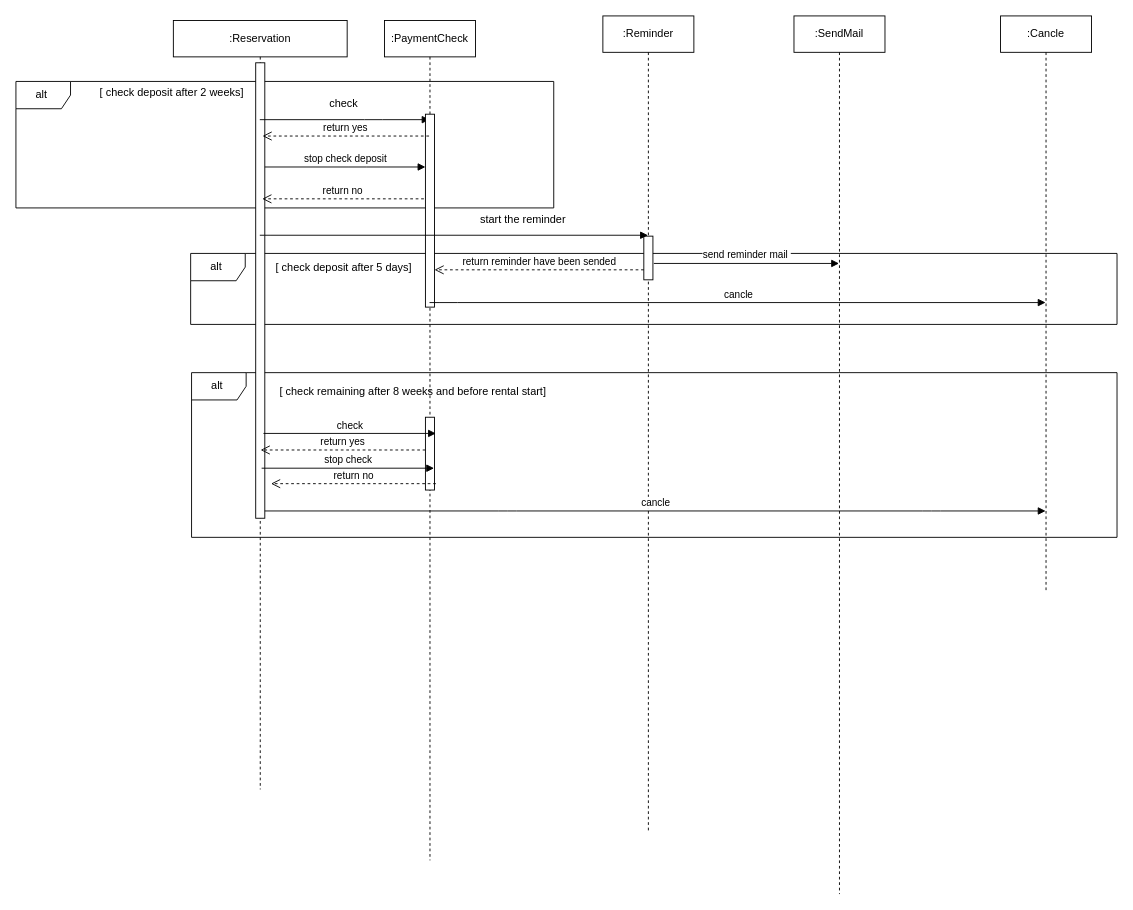
Before: Document/SD.drawio in Fei-D20/The_Autocamper_rental_business, a draw.io diagram. Source tidied: cells renumbered, new cells numbered last; positions are measured from the earlier drawing's top-left corner, leaving out a move shared by most shapes. Both pictures are drawn from the tidied source at 91%, with x=0, y=0 at pixel (15, 15).
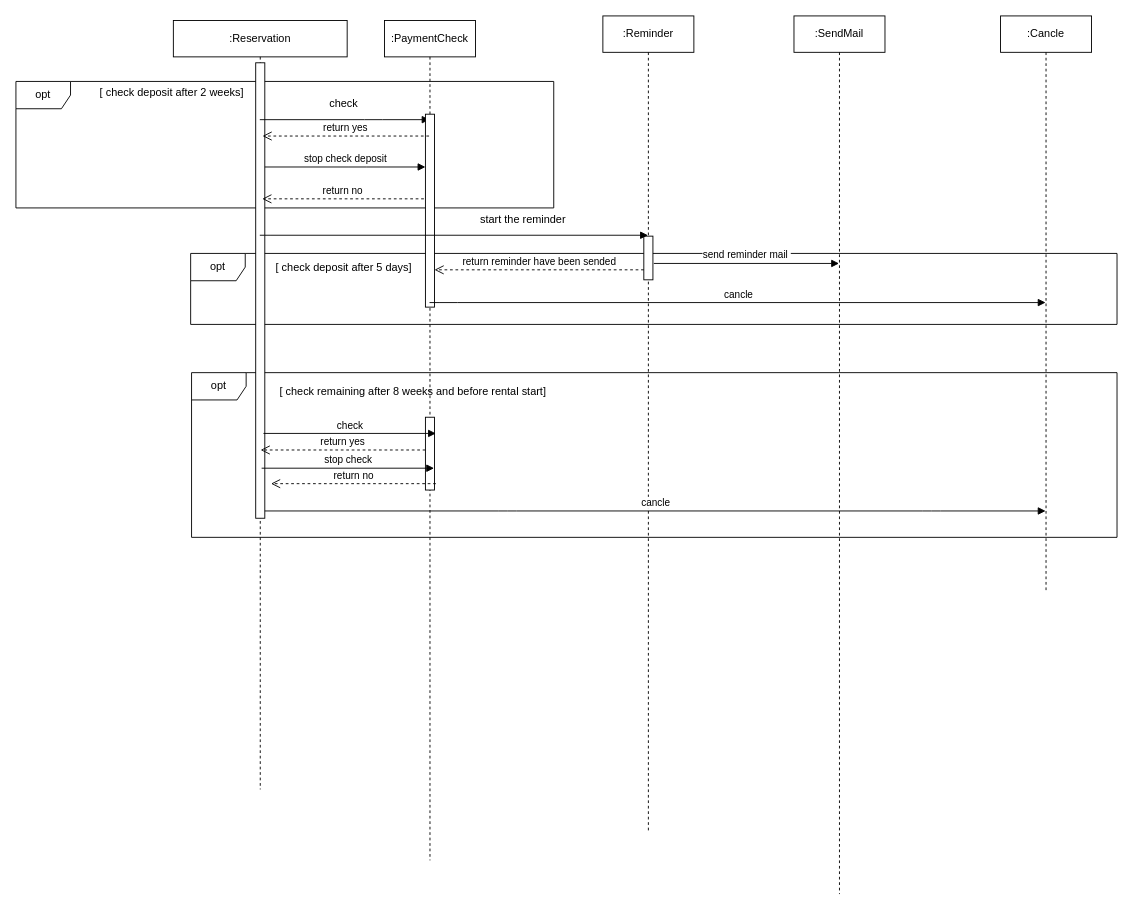
The same diagram, later.

Diff of the diagram source:
```diff
@@
-    <mxCell id="2" value="alt&amp;nbsp;" style="shape=umlFrame;whiteSpace=wrap;html=1;" parent="1" vertex="1">
+    <mxCell id="2" value="opt" style="shape=umlFrame;whiteSpace=wrap;html=1;" parent="1" vertex="1">
       <mxGeometry x="193" y="392" width="1017" height="181" as="geometry" />
     </mxCell>
-    <mxCell id="3" value="alt&amp;nbsp;" style="shape=umlFrame;whiteSpace=wrap;html=1;" parent="1" vertex="1">
+    <mxCell id="3" value="opt" style="shape=umlFrame;whiteSpace=wrap;html=1;" parent="1" vertex="1">
       <mxGeometry x="192" y="261" width="1018" height="78" as="geometry" />
     </mxCell>
-    <mxCell id="4" value="alt&amp;nbsp;" style="shape=umlFrame;whiteSpace=wrap;html=1;" parent="1" vertex="1">
+    <mxCell id="4" value="opt" style="shape=umlFrame;whiteSpace=wrap;html=1;" parent="1" vertex="1">
       <mxGeometry y="72" width="591" height="139" as="geometry" />
     </mxCell>
```
